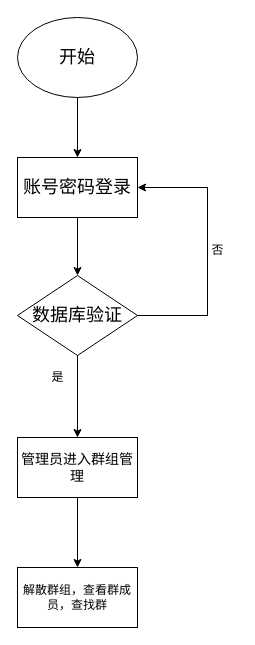
The draw.io diagram 整体ER图.drawio in 000Ljx/Endorphins, before the edit. Source tidied: cells renumbered, new cells numbered last; positions are measured from the earlier drawing's top-left corner, leaving out a move shared by most shapes. Both pictures are drawn from the tidied source at 100%, with x=0, y=0 at pixel (17, 17).
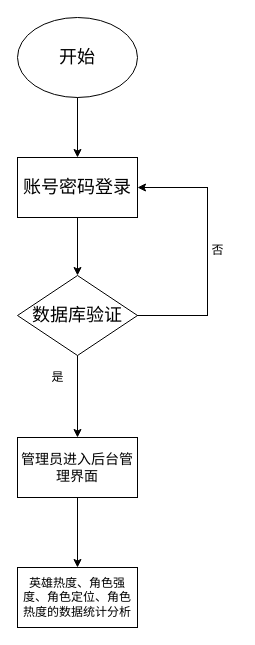
The same page after the edit.

Change to the diagram source:
```diff
@@
 <mxGraphModel>
   <root>
     <mxCell id="0" />
     <mxCell id="1" parent="0" />
     <mxCell id="2" value="&lt;font style=&quot;font-size: 18px;&quot;&gt;开始&lt;/font&gt;" style="ellipse;whiteSpace=wrap;html=1;" parent="1" vertex="1">
       <mxGeometry width="120" height="80" as="geometry" />
     </mxCell>
     <mxCell id="3" value="&lt;font style=&quot;font-size: 18px;&quot;&gt;账号密码登录&lt;/font&gt;" style="rounded=0;whiteSpace=wrap;html=1;" parent="1" vertex="1">
       <mxGeometry y="140" width="120" height="60" as="geometry" />
     </mxCell>
     <mxCell id="4" style="endArrow=classic;html=1;rounded=0;exitX=0.5;exitY=1;exitDx=0;exitDy=0;" parent="1" edge="1" source="2" target="3">
       <mxGeometry relative="1" as="geometry" />
     </mxCell>
     <mxCell id="5" value="&lt;font style=&quot;font-size: 18px;&quot;&gt;数据库验证&lt;/font&gt;" style="rhombus;whiteSpace=wrap;html=1;" parent="1" vertex="1">
       <mxGeometry y="258" width="120" height="80" as="geometry" />
     </mxCell>
     <mxCell id="6" style="endArrow=classic;html=1;rounded=0;entryX=0.5;entryY=0;entryDx=0;entryDy=0;exitX=0.5;exitY=1;exitDx=0;exitDy=0;" parent="1" edge="1" source="3" target="5">
       <mxGeometry relative="1" as="geometry" />
     </mxCell>
     <mxCell id="7" value="是" style="text;html=1;align=center;verticalAlign=middle;strokeColor=none;fillColor=none;" parent="1" vertex="1">
       <mxGeometry x="20" y="345" width="40" height="30" as="geometry" />
     </mxCell>
     <mxCell id="8" style="endArrow=classic;html=1;rounded=0;entryX=1;entryY=0.5;entryDx=0;entryDy=0;" parent="1" edge="1" target="3">
       <mxGeometry relative="1" as="geometry">
         <mxPoint x="190" y="170" as="sourcePoint" />
       </mxGeometry>
     </mxCell>
     <mxCell id="9" style="shape=partialRectangle;whiteSpace=wrap;html=1;bottom=0;right=0;fillColor=none;rotation=-180;" parent="1" vertex="1">
       <mxGeometry x="120" y="170" width="70" height="128" as="geometry" />
     </mxCell>
     <mxCell id="10" value="否" style="text;html=1;align=center;verticalAlign=middle;strokeColor=none;fillColor=none;" parent="1" vertex="1">
       <mxGeometry x="180" y="218" width="40" height="30" as="geometry" />
     </mxCell>
     <mxCell id="11" style="endArrow=classic;html=1;rounded=0;exitX=0.5;exitY=1;exitDx=0;exitDy=0;entryX=0.5;entryY=0;entryDx=0;entryDy=0;entryPerimeter=0;" parent="1" edge="1" source="5" target="12">
       <mxGeometry relative="1" as="geometry" />
     </mxCell>
-    <mxCell id="12" value="&lt;font style=&quot;font-size: 14px;&quot;&gt;管理员进入群组管理&lt;/font&gt;" style="rounded=0;whiteSpace=wrap;html=1;" parent="1" vertex="1">
+    <mxCell id="12" value="&lt;span style=&quot;font-size: 14px;&quot;&gt;管理员进入后台管理界面&lt;/span&gt;" style="rounded=0;whiteSpace=wrap;html=1;" parent="1" vertex="1">
       <mxGeometry y="420" width="120" height="60" as="geometry" />
     </mxCell>
     <mxCell id="13" style="endArrow=classic;html=1;rounded=0;exitX=0.5;exitY=1;exitDx=0;exitDy=0;entryX=0.5;entryY=0;entryDx=0;entryDy=0;" parent="1" edge="1" source="12" target="14">
       <mxGeometry relative="1" as="geometry" />
     </mxCell>
-    <mxCell id="14" value="解散群组，查看群成员，查找群" style="rounded=0;whiteSpace=wrap;html=1;" parent="1" vertex="1">
+    <mxCell id="14" value="英雄热度、角色强度、角色定位、角色热度的数据统计分析" style="rounded=0;whiteSpace=wrap;html=1;" parent="1" vertex="1">
       <mxGeometry y="550" width="120" height="60" as="geometry" />
     </mxCell>
   </root>
 </mxGraphModel>
```
